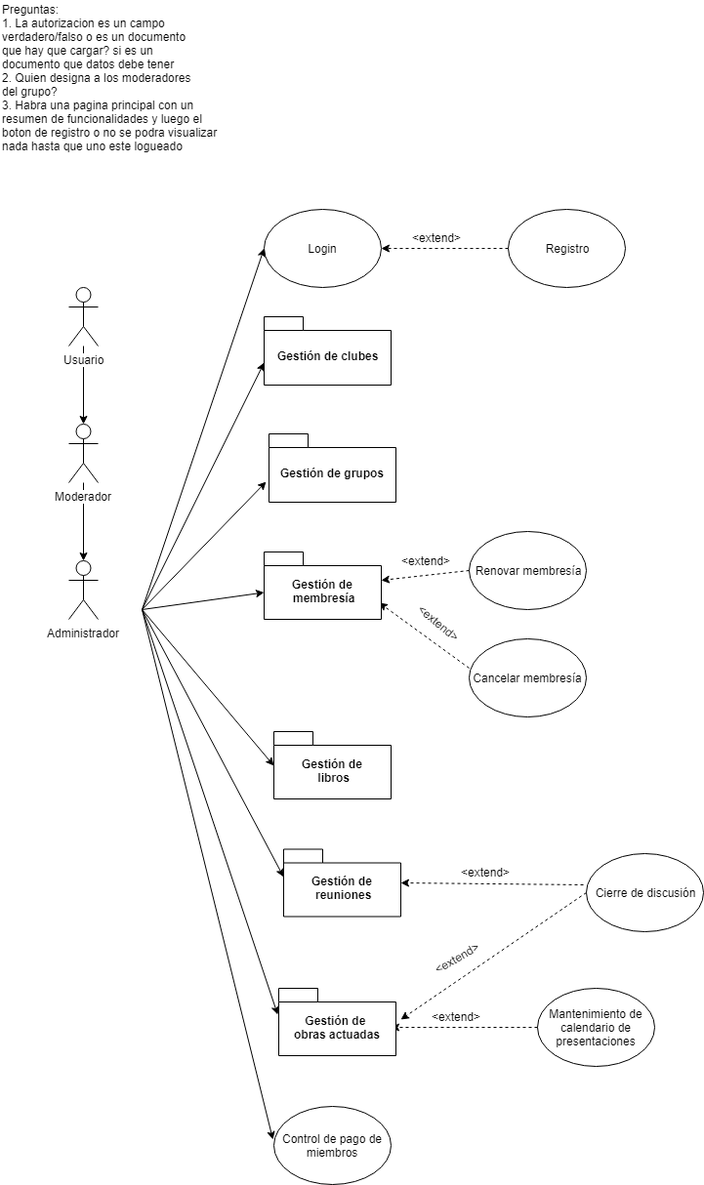
Before: Docs/RC UC.png, a diagram exported from draw.io (metalsonic21/SBD1-Reading-club). Source tidied: cells renumbered, new cells last; positions are measured from the earlier drawing's top-left corner, leaving out a move shared by most shapes.
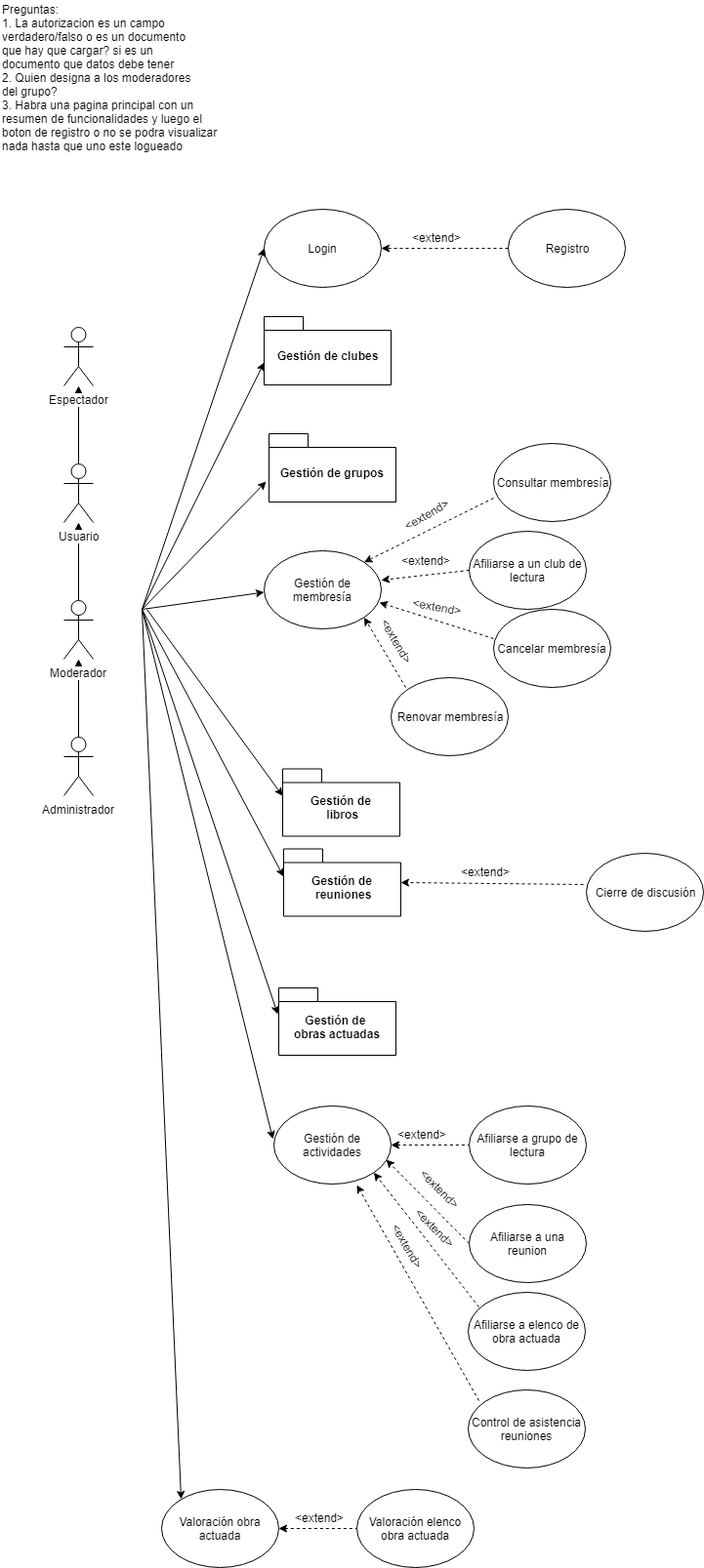
Above is the later version.

What changed in the source:
```diff
@@ -2,39 +2,48 @@
   <root>
     <mxCell id="0" />
     <mxCell id="1" parent="0" />
-    <mxCell id="2" style="edgeStyle=orthogonalEdgeStyle;rounded=0;jettySize=auto;html=1;" parent="1" edge="1" source="3" target="5">
+    <mxCell id="2" style="edgeStyle=orthogonalEdgeStyle;rounded=0;jettySize=auto;html=1;endArrow=none;endFill=0;startArrow=classic;startFill=1;" parent="1" edge="1" source="3" target="5">
       <mxGeometry relative="1" as="geometry" />
     </mxCell>
+    <mxCell id="41" style="edgeStyle=orthogonalEdgeStyle;rounded=0;jettySize=auto;html=1;" parent="1" edge="1" source="3" target="42">
+      <mxGeometry relative="1" as="geometry" />
+    </mxCell>
     <mxCell id="3" value="Usuario" style="shape=umlActor;verticalLabelPosition=bottom;labelBackgroundColor=#ffffff;verticalAlign=top;html=1;outlineConnect=0;" parent="1" vertex="1">
-      <mxGeometry x="70" y="294" width="30" height="60" as="geometry" />
+      <mxGeometry x="65" y="475" width="30" height="60" as="geometry" />
     </mxCell>
+    <mxCell id="42" value="Espectador" style="shape=umlActor;verticalLabelPosition=bottom;labelBackgroundColor=#ffffff;verticalAlign=top;html=1;outlineConnect=0;" parent="1" vertex="1">
+      <mxGeometry x="65" y="335" width="30" height="60" as="geometry" />
+    </mxCell>
-    <mxCell id="4" style="edgeStyle=orthogonalEdgeStyle;rounded=0;jettySize=auto;html=1;" parent="1" edge="1" source="5" target="6">
+    <mxCell id="4" style="edgeStyle=orthogonalEdgeStyle;rounded=0;jettySize=auto;html=1;endArrow=none;endFill=0;startArrow=classic;startFill=1;" parent="1" edge="1" source="5" target="6">
       <mxGeometry relative="1" as="geometry" />
     </mxCell>
     <mxCell id="5" value="Moderador" style="shape=umlActor;verticalLabelPosition=bottom;labelBackgroundColor=#ffffff;verticalAlign=top;html=1;outlineConnect=0;" parent="1" vertex="1">
-      <mxGeometry x="70" y="434" width="30" height="60" as="geometry" />
+      <mxGeometry x="65" y="615" width="30" height="60" as="geometry" />
     </mxCell>
     <mxCell id="6" value="Administrador" style="shape=umlActor;verticalLabelPosition=bottom;labelBackgroundColor=#ffffff;verticalAlign=top;html=1;outlineConnect=0;" parent="1" vertex="1">
-      <mxGeometry x="70" y="574" width="30" height="60" as="geometry" />
+      <mxGeometry x="65" y="755" width="30" height="60" as="geometry" />
     </mxCell>
     <mxCell id="7" value="Preguntas:&lt;br&gt;1. La autorizacion es un campo&amp;nbsp;&lt;br&gt;verdadero/falso o es un documento&lt;br&gt;que hay que cargar? si es un&lt;br&gt;documento que datos debe tener&lt;br&gt;2. Quien designa a los moderadores&lt;br&gt;del grupo?&lt;br&gt;3. Habra una pagina principal con un&lt;br&gt;resumen de funcionalidades y luego el&lt;br&gt;boton de registro o no se podra visualizar&lt;br&gt;nada hasta que&amp;nbsp;uno este logueado" style="text;html=1;align=left;verticalAlign=top;spacingTop=-4;" parent="1" vertex="1">
       <mxGeometry width="240" height="150" as="geometry" />
     </mxCell>
-    <mxCell id="8" value="Renovar membresía" style="ellipse;whiteSpace=wrap;html=1;" parent="1" vertex="1">
+    <mxCell id="8" value="Afiliarse a un club de lectura" style="ellipse;whiteSpace=wrap;html=1;" parent="1" vertex="1">
       <mxGeometry x="480" y="544" width="120" height="80" as="geometry" />
     </mxCell>
     <mxCell id="9" value="Cancelar membresía" style="ellipse;whiteSpace=wrap;html=1;" parent="1" vertex="1">
-      <mxGeometry x="480" y="654" width="120" height="80" as="geometry" />
+      <mxGeometry x="505" y="624" width="120" height="80" as="geometry" />
     </mxCell>
     <mxCell id="10" value="Cierre de discusión" style="ellipse;whiteSpace=wrap;html=1;" parent="1" vertex="1">
       <mxGeometry x="600" y="874" width="120" height="80" as="geometry" />
     </mxCell>
+    <mxCell id="43" style="edgeStyle=orthogonalEdgeStyle;rounded=0;jettySize=auto;html=1;startArrow=classic;startFill=1;endArrow=none;endFill=0;dashed=1;" parent="1" edge="1" source="11" target="44">
+      <mxGeometry relative="1" as="geometry" />
+    </mxCell>
-    <mxCell id="11" value="Control de pago de miembros" style="ellipse;whiteSpace=wrap;html=1;" parent="1" vertex="1">
+    <mxCell id="11" value="Gestión de actividades" style="ellipse;whiteSpace=wrap;html=1;" parent="1" vertex="1">
       <mxGeometry x="280" y="1133" width="120" height="80" as="geometry" />
     </mxCell>
-    <mxCell id="12" value="Mantenimiento de calendario de presentaciones" style="ellipse;whiteSpace=wrap;html=1;" parent="1" vertex="1">
-      <mxGeometry x="550" y="1012" width="120" height="80" as="geometry" />
-    </mxCell>
+    <mxCell id="44" value="Afiliarse a grupo de lectura" style="ellipse;whiteSpace=wrap;html=1;" parent="1" vertex="1">
+      <mxGeometry x="480" y="1133" width="120" height="80" as="geometry" />
+    </mxCell>
     <mxCell id="13" value="Login" style="ellipse;whiteSpace=wrap;html=1;" parent="1" vertex="1">
       <mxGeometry x="270" y="214" width="120" height="80" as="geometry" />
     </mxCell>
@@ -53,10 +62,9 @@
         <mxPoint x="272" y="493" as="targetPoint" />
       </mxGeometry>
     </mxCell>
-    <mxCell id="17" style="endArrow=classic;html=1;entryX=0;entryY=0.5;entryDx=0;entryDy=0;" parent="1" edge="1">
+    <mxCell id="17" style="endArrow=classic;html=1;entryX=0;entryY=0;entryDx=0;entryDy=27.75;entryPerimeter=0;" parent="1" edge="1" target="35">
       <mxGeometry relative="1" as="geometry">
-        <mxPoint x="145" y="624" as="sourcePoint" />
-        <mxPoint x="280" y="784" as="targetPoint" />
+        <mxPoint x="150" y="624" as="sourcePoint" />
       </mxGeometry>
     </mxCell>
     <mxCell id="18" style="endArrow=classic;html=1;entryX=0;entryY=0.5;entryDx=0;entryDy=0;" parent="1" edge="1" target="13">
@@ -96,26 +104,18 @@
         <mxPoint x="410" y="904" as="targetPoint" />
       </mxGeometry>
     </mxCell>
-    <mxCell id="25" style="endArrow=classic;html=1;exitX=0;exitY=0.5;exitDx=0;exitDy=0;dashed=1;entryX=1;entryY=0.5;entryDx=0;entryDy=0;" parent="1" edge="1" source="12">
-      <mxGeometry relative="1" as="geometry">
-        <mxPoint x="400" y="1052" as="targetPoint" />
-      </mxGeometry>
-    </mxCell>
     <mxCell id="26" style="endArrow=classic;html=1;exitX=0;exitY=0.5;exitDx=0;exitDy=0;dashed=1;entryX=1;entryY=0.5;entryDx=0;entryDy=0;" parent="1" edge="1" source="14" target="13">
       <mxGeometry relative="1" as="geometry" />
     </mxCell>
     <mxCell id="27" value="&amp;lt;extend&amp;gt;" style="text;html=1;align=left;verticalAlign=top;spacingTop=-4;" parent="1" vertex="1">
       <mxGeometry x="409" y="565" width="70" height="20" as="geometry" />
     </mxCell>
-    <mxCell id="28" value="&amp;lt;extend&amp;gt;" style="text;html=1;align=left;verticalAlign=top;spacingTop=-4;rotation=40;" parent="1" vertex="1">
-      <mxGeometry x="420" y="634" width="70" height="20" as="geometry" />
+    <mxCell id="28" value="&amp;lt;extend&amp;gt;" style="text;html=1;align=left;verticalAlign=top;spacingTop=-4;rotation=10;" parent="1" vertex="1">
+      <mxGeometry x="420" y="614" width="70" height="20" as="geometry" />
     </mxCell>
     <mxCell id="29" value="&amp;lt;extend&amp;gt;" style="text;html=1;align=left;verticalAlign=top;spacingTop=-4;" parent="1" vertex="1">
       <mxGeometry x="470" y="884" width="70" height="20" as="geometry" />
     </mxCell>
-    <mxCell id="30" value="&amp;lt;extend&amp;gt;" style="text;html=1;align=left;verticalAlign=top;spacingTop=-4;" parent="1" vertex="1">
-      <mxGeometry x="440" y="1032" width="70" height="20" as="geometry" />
-    </mxCell>
     <mxCell id="31" value="&amp;lt;extend&amp;gt;" style="text;html=1;align=left;verticalAlign=top;spacingTop=-4;" parent="1" vertex="1">
       <mxGeometry x="420" y="234" width="70" height="20" as="geometry" />
     </mxCell>
@@ -125,11 +125,8 @@
     <mxCell id="33" value="Gestión de grupos" style="shape=folder;fontStyle=1;spacingTop=10;tabWidth=40;tabHeight=14;tabPosition=left;html=1;" parent="1" vertex="1">
       <mxGeometry x="275" y="444" width="130" height="70" as="geometry" />
     </mxCell>
-    <mxCell id="34" value="Gestión de &lt;br&gt;membresía" style="shape=folder;fontStyle=1;spacingTop=10;tabWidth=40;tabHeight=14;tabPosition=left;html=1;" parent="1" vertex="1">
-      <mxGeometry x="270" y="565" width="120" height="69" as="geometry" />
-    </mxCell>
     <mxCell id="35" value="Gestión de &lt;br&gt;libros" style="shape=folder;fontStyle=1;spacingTop=10;tabWidth=40;tabHeight=14;tabPosition=left;html=1;" parent="1" vertex="1">
-      <mxGeometry x="280" y="749" width="120" height="69" as="geometry" />
+      <mxGeometry x="289" y="787.5" width="120" height="69" as="geometry" />
     </mxCell>
     <mxCell id="36" value="Gestión de &lt;br&gt;reuniones" style="shape=folder;fontStyle=1;spacingTop=10;tabWidth=40;tabHeight=14;tabPosition=left;html=1;" parent="1" vertex="1">
       <mxGeometry x="290" y="869.5" width="120" height="69" as="geometry" />
@@ -137,18 +134,82 @@
     <mxCell id="37" value="Gestión de &lt;br&gt;obras actuadas" style="shape=folder;fontStyle=1;spacingTop=10;tabWidth=40;tabHeight=14;tabPosition=left;html=1;" parent="1" vertex="1">
       <mxGeometry x="285" y="1012" width="120" height="69" as="geometry" />
     </mxCell>
-    <mxCell id="38" style="endArrow=classic;html=1;exitX=0;exitY=0.5;exitDx=0;exitDy=0;dashed=1;" parent="1" edge="1" source="10">
-      <mxGeometry relative="1" as="geometry">
-        <mxPoint x="410" y="1044" as="targetPoint" />
-      </mxGeometry>
-    </mxCell>
+    <mxCell id="40" style="endArrow=classic;html=1;entryX=0;entryY=0;entryDx=0;entryDy=41.5;entryPerimeter=0;" parent="1" edge="1">
+      <mxGeometry relative="1" as="geometry">
+        <mxPoint x="145" y="624" as="sourcePoint" />
+        <mxPoint x="270" y="606.5" as="targetPoint" />
+      </mxGeometry>
+    </mxCell>
+    <mxCell id="34" value="Gestión de membresía" style="ellipse;whiteSpace=wrap;html=1;" parent="1" vertex="1">
+      <mxGeometry x="270" y="564" width="120" height="80" as="geometry" />
+    </mxCell>
+    <mxCell id="45" style="endArrow=classic;html=1;entryX=1;entryY=1;entryDx=0;entryDy=0;dashed=1;" parent="1" edge="1" target="34">
+      <mxGeometry relative="1" as="geometry">
+        <mxPoint x="415" y="704" as="sourcePoint" />
+      </mxGeometry>
+    </mxCell>
+    <mxCell id="46" value="Renovar membresía" style="ellipse;whiteSpace=wrap;html=1;" parent="1" vertex="1">
+      <mxGeometry x="400" y="694" width="120" height="80" as="geometry" />
+    </mxCell>
+    <mxCell id="47" value="Consultar membresía" style="ellipse;whiteSpace=wrap;html=1;" parent="1" vertex="1">
+      <mxGeometry x="505" y="454" width="120" height="80" as="geometry" />
+    </mxCell>
+    <mxCell id="48" style="endArrow=classic;html=1;exitX=0;exitY=0.7;exitDx=0;exitDy=0;entryX=1;entryY=0;entryDx=0;entryDy=0;dashed=1;exitPerimeter=0;" parent="1" edge="1" source="47" target="34">
+      <mxGeometry relative="1" as="geometry" />
+    </mxCell>
     <mxCell id="39" value="&amp;lt;extend&amp;gt;" style="text;html=1;align=left;verticalAlign=top;spacingTop=-4;rotation=-30;" parent="1" vertex="1">
-      <mxGeometry x="440" y="968" width="70" height="20" as="geometry" />
+      <mxGeometry x="409" y="514" width="70" height="20" as="geometry" />
     </mxCell>
-    <mxCell id="40" style="endArrow=classic;html=1;entryX=0;entryY=0;entryDx=0;entryDy=41.5;entryPerimeter=0;" parent="1" edge="1" target="34">
-      <mxGeometry relative="1" as="geometry">
-        <mxPoint x="145" y="624" as="sourcePoint" />
-      </mxGeometry>
-    </mxCell>
+    <mxCell id="49" value="&amp;lt;extend&amp;gt;" style="text;html=1;align=left;verticalAlign=top;spacingTop=-4;rotation=60;" parent="1" vertex="1">
+      <mxGeometry x="374" y="654" width="70" height="20" as="geometry" />
+    </mxCell>
+    <mxCell id="50" value="Afiliarse a una reunion" style="ellipse;whiteSpace=wrap;html=1;" parent="1" vertex="1">
+      <mxGeometry x="480" y="1234" width="120" height="80" as="geometry" />
+    </mxCell>
+    <mxCell id="51" value="Afiliarse a elenco de obra actuada" style="ellipse;whiteSpace=wrap;html=1;" parent="1" vertex="1">
+      <mxGeometry x="479" y="1324" width="120" height="80" as="geometry" />
+    </mxCell>
+    <mxCell id="52" value="Control de asistencia reuniones" style="ellipse;whiteSpace=wrap;html=1;" parent="1" vertex="1">
+      <mxGeometry x="479" y="1424" width="120" height="80" as="geometry" />
+    </mxCell>
+    <mxCell id="53" style="endArrow=classic;html=1;exitX=0;exitY=0.5;exitDx=0;exitDy=0;dashed=1;entryX=0.958;entryY=0.688;entryDx=0;entryDy=0;entryPerimeter=0;" parent="1" edge="1" source="50" target="11">
+      <mxGeometry relative="1" as="geometry" />
+    </mxCell>
+    <mxCell id="54" style="endArrow=classic;html=1;exitX=0.092;exitY=0.188;exitDx=0;exitDy=0;dashed=1;entryX=1;entryY=1;entryDx=0;entryDy=0;exitPerimeter=0;" parent="1" edge="1" source="51" target="11">
+      <mxGeometry relative="1" as="geometry" />
+    </mxCell>
+    <mxCell id="55" style="endArrow=classic;html=1;exitX=0.092;exitY=0.138;exitDx=0;exitDy=0;dashed=1;entryX=0.708;entryY=1.013;entryDx=0;entryDy=0;exitPerimeter=0;entryPerimeter=0;" parent="1" edge="1" source="52" target="11">
+      <mxGeometry relative="1" as="geometry" />
+    </mxCell>
+    <mxCell id="56" style="endArrow=classic;html=1;" parent="1" edge="1">
+      <mxGeometry relative="1" as="geometry">
+        <mxPoint x="145" y="624" as="sourcePoint" />
+        <mxPoint x="185" y="1536" as="targetPoint" />
+      </mxGeometry>
+    </mxCell>
+    <mxCell id="57" style="edgeStyle=orthogonalEdgeStyle;rounded=0;jettySize=auto;html=1;dashed=1;startArrow=classic;startFill=1;endArrow=none;endFill=0;" parent="1" edge="1" source="58" target="59">
+      <mxGeometry relative="1" as="geometry" />
+    </mxCell>
+    <mxCell id="58" value="Valoración obra actuada" style="ellipse;whiteSpace=wrap;html=1;" parent="1" vertex="1">
+      <mxGeometry x="165" y="1526" width="120" height="80" as="geometry" />
+    </mxCell>
+    <mxCell id="59" value="Valoración elenco obra actuada" style="ellipse;whiteSpace=wrap;html=1;" parent="1" vertex="1">
+      <mxGeometry x="365" y="1526" width="120" height="80" as="geometry" />
+    </mxCell>
+    <mxCell id="60" value="&amp;lt;extend&amp;gt;" style="text;html=1;align=left;verticalAlign=top;spacingTop=-4;" parent="1" vertex="1">
+      <mxGeometry x="405" y="1153" width="70" height="20" as="geometry" />
+    </mxCell>
+    <mxCell id="61" value="&amp;lt;extend&amp;gt;" style="text;html=1;align=left;verticalAlign=top;spacingTop=-4;rotation=45;" parent="1" vertex="1">
+      <mxGeometry x="420" y="1214" width="70" height="20" as="geometry" />
+    </mxCell>
+    <mxCell id="62" value="&amp;lt;extend&amp;gt;" style="text;html=1;align=left;verticalAlign=top;spacingTop=-4;rotation=45;" parent="1" vertex="1">
+      <mxGeometry x="415" y="1254" width="70" height="20" as="geometry" />
+    </mxCell>
+    <mxCell id="63" value="&amp;lt;extend&amp;gt;" style="text;html=1;align=left;verticalAlign=top;spacingTop=-4;rotation=60;" parent="1" vertex="1">
+      <mxGeometry x="385" y="1274" width="70" height="20" as="geometry" />
+    </mxCell>
+    <mxCell id="64" value="&amp;lt;extend&amp;gt;" style="text;html=1;align=left;verticalAlign=top;spacingTop=-4;" parent="1" vertex="1">
+      <mxGeometry x="300" y="1546" width="70" height="20" as="geometry" />
+    </mxCell>
   </root>
 </mxGraphModel>
```
